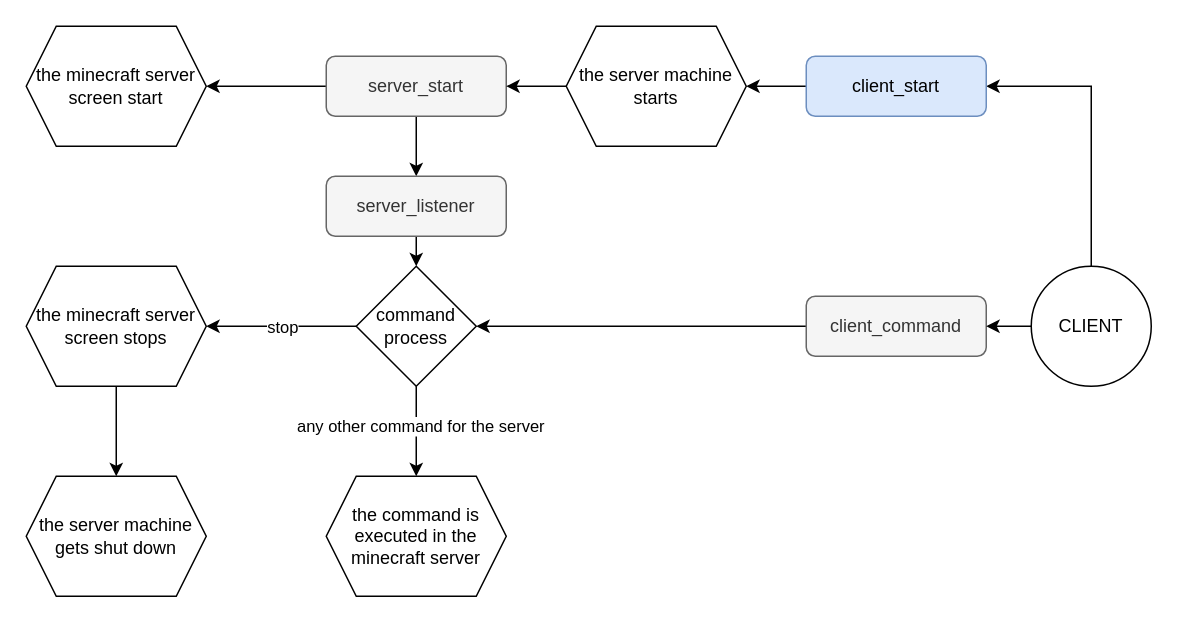
This is img/framework.v2.drawio from StudiousPillow/MinecraftHostOnOff, a draw.io file, before an edit. Source tidied: cells renumbered, new cells numbered last; positions are measured from the earlier drawing's top-left corner, leaving out a move shared by most shapes. Both pictures are drawn from the tidied source at 150%, with x=0, y=0 at pixel (26, 26).
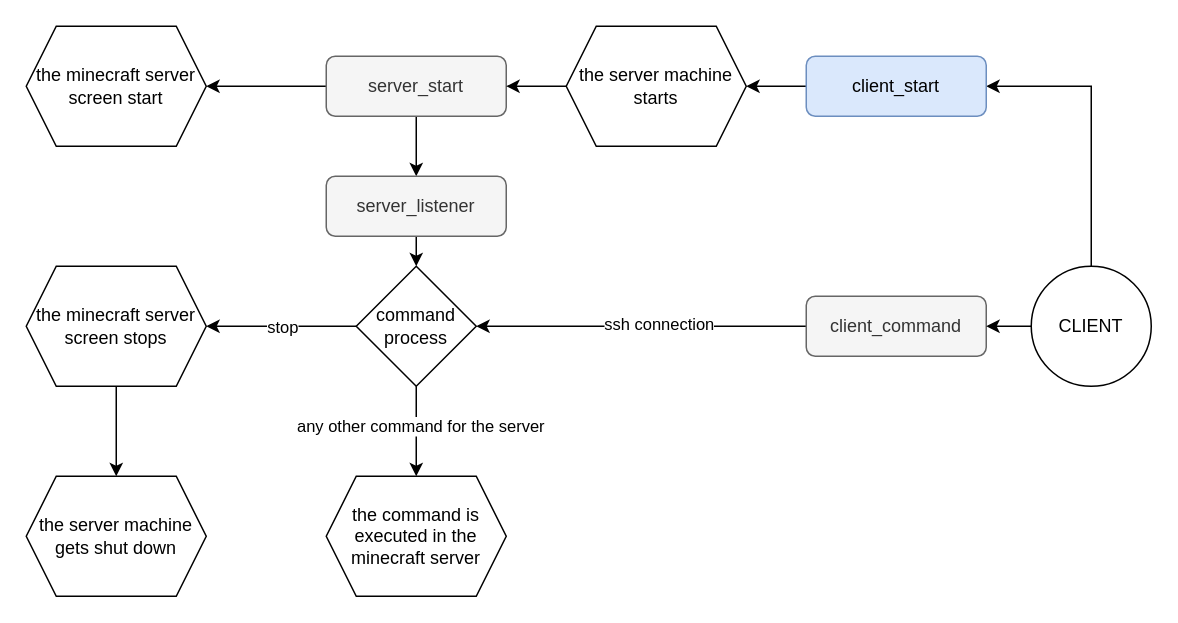
The same diagram, later.

The change refers to these unchanged cells:
```xml
<mxCell id="5" style="edgeStyle=orthogonalEdgeStyle;rounded=0;jettySize=auto;html=1;exitX=0;exitY=0.5;exitDx=0;exitDy=0;entryX=1;entryY=0.5;entryDx=0;entryDy=0;" parent="1" edge="1" source="6" target="22">
  <mxGeometry relative="1" as="geometry" />
</mxCell>
```

Diff of the diagram source:
```diff
@@
+    <mxCell id="26" value="ssh connection" style="edgeLabel;html=1;align=center;verticalAlign=middle;" parent="5" vertex="1">
+      <mxGeometry x="-0.1" y="-2" relative="1" as="geometry" />
+    </mxCell>
```
